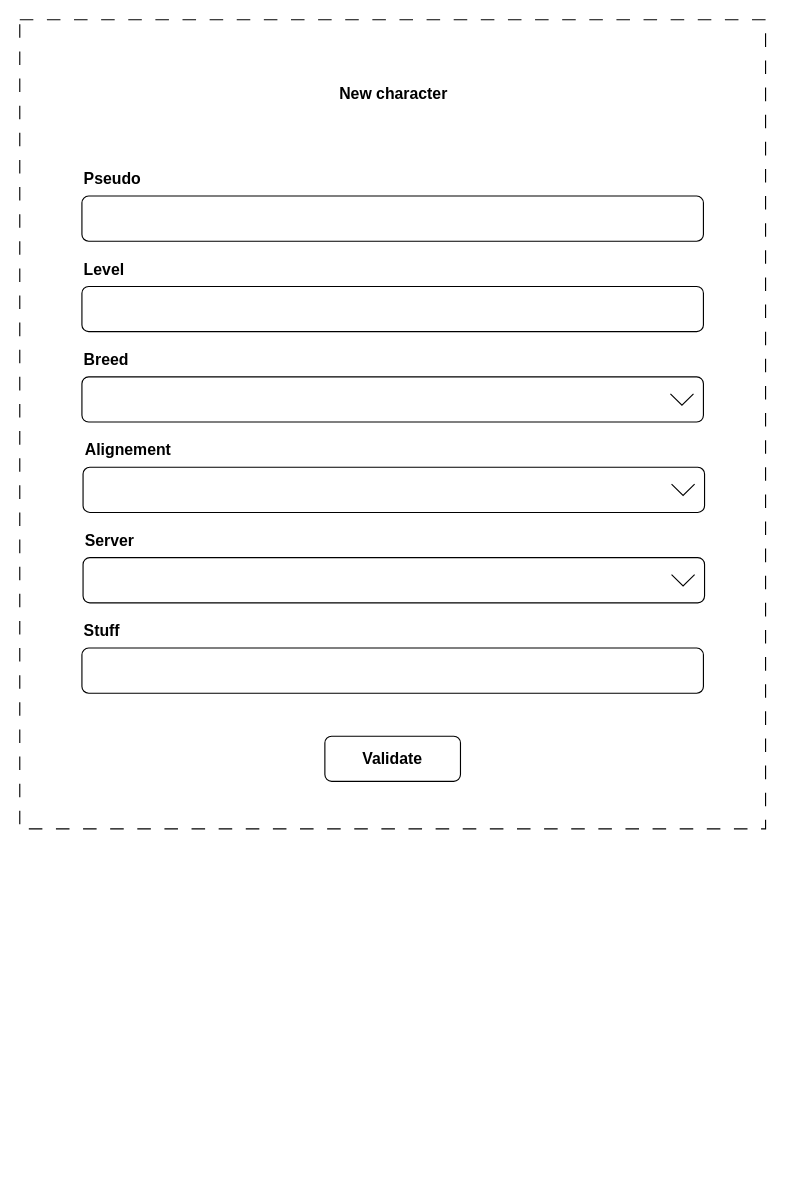
Before: page "Create character formular" (2 of 3) of docs/front/formulars-wireframe.drawio in AlexandreDejour/DofusGroup, a draw.io diagram. Source tidied: cells renumbered, new cells numbered last; positions are measured from the earlier drawing's top-left corner, leaving out a move shared by most shapes. Both pictures are drawn from the tidied source at 113%, with x=0, y=0 at pixel (19, 19).
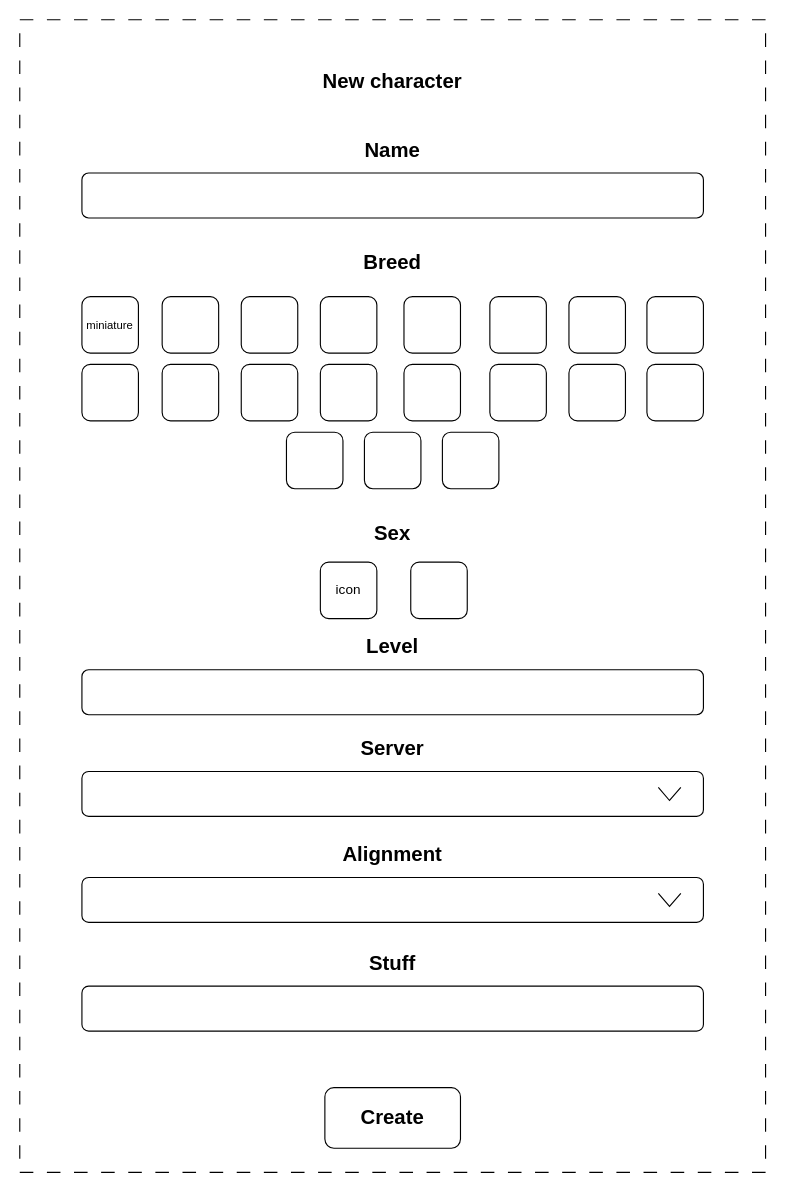
The same page after the edit.

Diff of the diagram source:
```diff
@@
     <mxCell id="2" style="group;strokeColor=none;" parent="1" vertex="1">
-      <mxGeometry width="660" height="716" as="geometry" />
+      <mxGeometry width="660" height="1020" as="geometry" />
     </mxCell>
     <mxCell id="3" style="rounded=0;whiteSpace=wrap;html=1;fillColor=none;strokeColor=default;dashed=1;dashPattern=12 12;" parent="2" vertex="1">
-      <mxGeometry width="660" height="716" as="geometry" />
+      <mxGeometry width="660" height="1020" as="geometry" />
     </mxCell>
-    <mxCell id="4" value="&lt;font style=&quot;font-size: 14px;&quot;&gt;&lt;b&gt;New character&lt;/b&gt;&lt;/font&gt;" style="rounded=1;whiteSpace=wrap;html=1;fillColor=none;strokeColor=none;" parent="2" vertex="1">
-      <mxGeometry x="76" y="36" width="510" height="60" as="geometry" />
+    <mxCell id="4" value="&lt;font style=&quot;font-size: 18px;&quot;&gt;&lt;b style=&quot;&quot;&gt;New character&lt;/b&gt;&lt;/font&gt;" style="rounded=1;whiteSpace=wrap;html=1;fillColor=none;strokeColor=none;" parent="2" vertex="1">
+      <mxGeometry x="75" y="15" width="510" height="80.4" as="geometry" />
     </mxCell>
+    <mxCell id="26" value="&lt;font style=&quot;font-size: 18px;&quot;&gt;&lt;b style=&quot;&quot;&gt;Create&lt;/b&gt;&lt;/font&gt;" style="rounded=1;whiteSpace=wrap;html=1;fillColor=none;" parent="2" vertex="1">
+      <mxGeometry x="270" y="945" width="120" height="53.6" as="geometry" />
+    </mxCell>
+    <mxCell id="27" style="edgeStyle=none;html=1;" parent="2" edge="1" source="7" target="4">
+      <mxGeometry relative="1" as="geometry" />
+    </mxCell>
+    <mxCell id="28" style="rounded=1;whiteSpace=wrap;html=1;fillColor=none;" parent="2" vertex="1">
+      <mxGeometry x="196" y="245" width="50" height="50" as="geometry" />
+    </mxCell>
+    <mxCell id="29" style="rounded=1;whiteSpace=wrap;html=1;fillColor=none;" parent="2" vertex="1">
+      <mxGeometry x="340" y="245" width="50" height="50" as="geometry" />
+    </mxCell>
+    <mxCell id="30" style="rounded=1;whiteSpace=wrap;html=1;fillColor=none;" parent="2" vertex="1">
+      <mxGeometry x="266" y="245" width="50" height="50" as="geometry" />
+    </mxCell>
+    <mxCell id="31" style="rounded=1;whiteSpace=wrap;html=1;fillColor=none;" parent="2" vertex="1">
+      <mxGeometry x="486" y="245" width="50" height="50" as="geometry" />
+    </mxCell>
+    <mxCell id="32" style="rounded=1;whiteSpace=wrap;html=1;fillColor=none;" parent="2" vertex="1">
+      <mxGeometry x="416" y="245" width="50" height="50" as="geometry" />
+    </mxCell>
+    <mxCell id="33" style="rounded=1;whiteSpace=wrap;html=1;fillColor=none;" parent="2" vertex="1">
+      <mxGeometry x="555" y="305" width="50" height="50" as="geometry" />
+    </mxCell>
+    <mxCell id="34" style="rounded=1;whiteSpace=wrap;html=1;fillColor=none;" parent="2" vertex="1">
+      <mxGeometry x="486" y="305" width="50" height="50" as="geometry" />
+    </mxCell>
+    <mxCell id="35" style="rounded=1;whiteSpace=wrap;html=1;fillColor=none;" parent="2" vertex="1">
+      <mxGeometry x="340" y="305" width="50" height="50" as="geometry" />
+    </mxCell>
+    <mxCell id="36" style="rounded=1;whiteSpace=wrap;html=1;fillColor=none;" parent="2" vertex="1">
+      <mxGeometry x="266" y="305" width="50" height="50" as="geometry" />
+    </mxCell>
+    <mxCell id="37" style="rounded=1;whiteSpace=wrap;html=1;fillColor=none;" parent="2" vertex="1">
+      <mxGeometry x="196" y="305" width="50" height="50" as="geometry" />
+    </mxCell>
+    <mxCell id="38" style="rounded=1;whiteSpace=wrap;html=1;fillColor=none;" parent="2" vertex="1">
+      <mxGeometry x="55" y="305" width="50" height="50" as="geometry" />
+    </mxCell>
+    <mxCell id="39" style="rounded=1;whiteSpace=wrap;html=1;fillColor=none;" parent="2" vertex="1">
+      <mxGeometry x="126" y="305" width="50" height="50" as="geometry" />
+    </mxCell>
+    <mxCell id="40" style="rounded=1;whiteSpace=wrap;html=1;fillColor=none;" parent="2" vertex="1">
+      <mxGeometry x="236" y="365" width="50" height="50" as="geometry" />
+    </mxCell>
+    <mxCell id="10" value="&lt;b style=&quot;&quot;&gt;&lt;font style=&quot;font-size: 18px;&quot;&gt;Breed&lt;/font&gt;&lt;/b&gt;" style="text;html=1;align=center;verticalAlign=middle;whiteSpace=wrap;rounded=0;" parent="2" vertex="1">
+      <mxGeometry x="286" y="195" width="88" height="40" as="geometry" />
+    </mxCell>
+    <mxCell id="41" style="rounded=1;whiteSpace=wrap;html=1;fillColor=none;" parent="2" vertex="1">
+      <mxGeometry x="555" y="245" width="50" height="50" as="geometry" />
+    </mxCell>
+    <mxCell id="42" value="&lt;font style=&quot;font-size: 10px;&quot;&gt;miniature&lt;/font&gt;" style="rounded=1;whiteSpace=wrap;html=1;fillColor=none;" parent="2" vertex="1">
+      <mxGeometry x="55" y="245" width="50" height="50" as="geometry" />
+    </mxCell>
+    <mxCell id="43" style="rounded=1;whiteSpace=wrap;html=1;fillColor=none;" parent="2" vertex="1">
+      <mxGeometry x="126" y="245" width="50" height="50" as="geometry" />
+    </mxCell>
+    <mxCell id="44" style="rounded=1;whiteSpace=wrap;html=1;fillColor=none;" parent="2" vertex="1">
+      <mxGeometry x="416" y="305" width="50" height="50" as="geometry" />
+    </mxCell>
+    <mxCell id="45" style="rounded=1;whiteSpace=wrap;html=1;fillColor=none;" parent="2" vertex="1">
+      <mxGeometry x="305" y="365" width="50" height="50" as="geometry" />
+    </mxCell>
+    <mxCell id="46" style="rounded=1;whiteSpace=wrap;html=1;fillColor=none;" parent="2" vertex="1">
+      <mxGeometry x="374" y="365" width="50" height="50" as="geometry" />
+    </mxCell>
+    <mxCell id="47" value="&lt;span style=&quot;font-size: 18px;&quot;&gt;&lt;b&gt;Sex&lt;/b&gt;&lt;/span&gt;" style="text;html=1;align=center;verticalAlign=middle;whiteSpace=wrap;rounded=0;" parent="2" vertex="1">
+      <mxGeometry x="286" y="435" width="88" height="40" as="geometry" />
+    </mxCell>
+    <mxCell id="48" value="icon" style="rounded=1;whiteSpace=wrap;html=1;fillColor=none;" parent="2" vertex="1">
+      <mxGeometry x="266" y="480" width="50" height="50" as="geometry" />
+    </mxCell>
+    <mxCell id="49" style="rounded=1;whiteSpace=wrap;html=1;fillColor=none;" parent="2" vertex="1">
+      <mxGeometry x="346" y="480" width="50" height="50" as="geometry" />
+    </mxCell>
+    <mxCell id="50" style="group;" parent="2" vertex="1">
+      <mxGeometry x="55" y="95.4" width="550" height="93.9" as="geometry" />
+    </mxCell>
-    <mxCell id="5" style="group;" parent="2" vertex="1">
-      <mxGeometry x="55" y="126" width="550" height="70" as="geometry" />
+    <mxCell id="5" style="group;" parent="50" vertex="1">
+      <mxGeometry width="550" height="93.9" as="geometry" />
     </mxCell>
     <mxCell id="6" style="rounded=1;whiteSpace=wrap;html=1;fillColor=none;" parent="5" vertex="1">
-      <mxGeometry y="30" width="550" height="40" as="geometry" />
+      <mxGeometry y="40.2" width="550" height="39.8" as="geometry" />
     </mxCell>
-    <mxCell id="7" value="&lt;span style=&quot;font-size: 14px;&quot;&gt;&lt;b&gt;Pseudo&lt;/b&gt;&lt;/span&gt;" style="text;html=1;align=left;verticalAlign=middle;whiteSpace=wrap;rounded=0;" parent="5" vertex="1">
-      <mxGeometry width="88" height="30" as="geometry" />
+    <mxCell id="7" value="&lt;b style=&quot;&quot;&gt;&lt;font style=&quot;font-size: 18px;&quot;&gt;Name&lt;/font&gt;&lt;/b&gt;" style="text;html=1;align=center;verticalAlign=middle;whiteSpace=wrap;rounded=0;" parent="50" vertex="1">
+      <mxGeometry x="231" width="88" height="40.2" as="geometry" />
     </mxCell>
-    <mxCell id="8" style="group;" parent="2" vertex="1">
-      <mxGeometry x="55" y="286" width="550" height="70" as="geometry" />
-    </mxCell>
-    <mxCell id="9" style="rounded=1;whiteSpace=wrap;html=1;fillColor=none;" parent="8" vertex="1">
-      <mxGeometry y="30" width="550" height="40" as="geometry" />
-    </mxCell>
-    <mxCell id="10" value="&lt;span style=&quot;font-size: 14px;&quot;&gt;&lt;b&gt;Breed&lt;/b&gt;&lt;/span&gt;" style="text;html=1;align=left;verticalAlign=middle;whiteSpace=wrap;rounded=0;" parent="8" vertex="1">
-      <mxGeometry width="88" height="30" as="geometry" />
-    </mxCell>
-    <mxCell id="11" style="endArrow=none;html=1;entryX=0.984;entryY=0.5;entryDx=0;entryDy=0;entryPerimeter=0;exitX=0.947;exitY=0.5;exitDx=0;exitDy=0;exitPerimeter=0;rounded=0;curved=0;" parent="8" edge="1">
-      <mxGeometry relative="1" as="geometry">
-        <mxPoint x="520.8" y="45" as="sourcePoint" />
-        <mxPoint x="541.2" y="45" as="targetPoint" />
-        <Array as="points">
-          <mxPoint x="531" y="55" />
-        </Array>
-      </mxGeometry>
-    </mxCell>
-    <mxCell id="12" style="group;" parent="2" vertex="1">
-      <mxGeometry x="56" y="366" width="550" height="70" as="geometry" />
-    </mxCell>
-    <mxCell id="13" style="rounded=1;whiteSpace=wrap;html=1;fillColor=none;" parent="12" vertex="1">
-      <mxGeometry y="30" width="550" height="40" as="geometry" />
-    </mxCell>
-    <mxCell id="14" value="&lt;span style=&quot;font-size: 14px;&quot;&gt;&lt;b&gt;Alignement&lt;/b&gt;&lt;/span&gt;" style="text;html=1;align=left;verticalAlign=middle;whiteSpace=wrap;rounded=0;" parent="12" vertex="1">
-      <mxGeometry width="88" height="30" as="geometry" />
-    </mxCell>
-    <mxCell id="15" style="endArrow=none;html=1;entryX=0.984;entryY=0.5;entryDx=0;entryDy=0;entryPerimeter=0;exitX=0.947;exitY=0.5;exitDx=0;exitDy=0;exitPerimeter=0;rounded=0;curved=0;" parent="12" edge="1">
-      <mxGeometry relative="1" as="geometry">
-        <mxPoint x="520.8" y="45" as="sourcePoint" />
-        <mxPoint x="541.2" y="45" as="targetPoint" />
-        <Array as="points">
-          <mxPoint x="531" y="55" />
-        </Array>
-      </mxGeometry>
-    </mxCell>
-    <mxCell id="16" style="group;" parent="2" vertex="1">
-      <mxGeometry x="56" y="446" width="550" height="70" as="geometry" />
-    </mxCell>
-    <mxCell id="17" style="rounded=1;whiteSpace=wrap;html=1;fillColor=none;" parent="16" vertex="1">
-      <mxGeometry y="30" width="550" height="40" as="geometry" />
-    </mxCell>
+    <mxCell id="51" style="group;" parent="2" vertex="1">
+      <mxGeometry x="55" y="535" width="550" height="93.9" as="geometry" />
+    </mxCell>
+    <mxCell id="52" style="group;" parent="51" vertex="1">
+      <mxGeometry width="550" height="93.9" as="geometry" />
+    </mxCell>
+    <mxCell id="53" style="rounded=1;whiteSpace=wrap;html=1;fillColor=none;" parent="52" vertex="1">
+      <mxGeometry y="40.2" width="550" height="39.8" as="geometry" />
+    </mxCell>
+    <mxCell id="22" value="&lt;b style=&quot;&quot;&gt;&lt;font style=&quot;font-size: 18px;&quot;&gt;Level&lt;/font&gt;&lt;/b&gt;" style="text;html=1;align=center;verticalAlign=middle;whiteSpace=wrap;rounded=0;" parent="51" vertex="1">
+      <mxGeometry x="231" width="88" height="40.2" as="geometry" />
+    </mxCell>
+    <mxCell id="54" style="group;" parent="2" vertex="1">
+      <mxGeometry x="55" y="625" width="550" height="93.9" as="geometry" />
+    </mxCell>
+    <mxCell id="55" style="group;" parent="54" vertex="1">
+      <mxGeometry width="550" height="93.9" as="geometry" />
+    </mxCell>
+    <mxCell id="56" style="rounded=1;whiteSpace=wrap;html=1;fillColor=none;" parent="55" vertex="1">
+      <mxGeometry y="40.2" width="550" height="39.8" as="geometry" />
+    </mxCell>
+    <mxCell id="57" style="endArrow=none;html=1;entryX=0.984;entryY=0.5;entryDx=0;entryDy=0;entryPerimeter=0;exitX=0.947;exitY=0.5;exitDx=0;exitDy=0;exitPerimeter=0;rounded=0;curved=0;" parent="55" edge="1">
+      <mxGeometry relative="1" as="geometry">
+        <mxPoint x="510.1" y="54.3" as="sourcePoint" />
+        <mxPoint x="530" y="54.3" as="targetPoint" />
+        <Array as="points">
+          <mxPoint x="520" y="65.9" />
+        </Array>
+      </mxGeometry>
+    </mxCell>
-    <mxCell id="18" value="&lt;span style=&quot;font-size: 14px;&quot;&gt;&lt;b&gt;Server&lt;/b&gt;&lt;/span&gt;" style="text;html=1;align=left;verticalAlign=middle;whiteSpace=wrap;rounded=0;" parent="16" vertex="1">
-      <mxGeometry width="88" height="30" as="geometry" />
+    <mxCell id="18" value="&lt;b style=&quot;&quot;&gt;&lt;font style=&quot;font-size: 18px;&quot;&gt;Server&lt;/font&gt;&lt;/b&gt;" style="text;html=1;align=center;verticalAlign=middle;whiteSpace=wrap;rounded=0;" parent="54" vertex="1">
+      <mxGeometry x="231" width="88" height="40.2" as="geometry" />
     </mxCell>
-    <mxCell id="19" style="endArrow=none;html=1;entryX=0.984;entryY=0.5;entryDx=0;entryDy=0;entryPerimeter=0;exitX=0.947;exitY=0.5;exitDx=0;exitDy=0;exitPerimeter=0;rounded=0;curved=0;" parent="16" edge="1">
-      <mxGeometry relative="1" as="geometry">
-        <mxPoint x="520.8" y="45" as="sourcePoint" />
-        <mxPoint x="541.2" y="45" as="targetPoint" />
-        <Array as="points">
-          <mxPoint x="531" y="55" />
-        </Array>
-      </mxGeometry>
-    </mxCell>
-    <mxCell id="20" style="group;" parent="2" vertex="1">
-      <mxGeometry x="55" y="206" width="550" height="70" as="geometry" />
-    </mxCell>
-    <mxCell id="21" style="rounded=1;whiteSpace=wrap;html=1;fillColor=none;" parent="20" vertex="1">
-      <mxGeometry y="30" width="550" height="40" as="geometry" />
-    </mxCell>
-    <mxCell id="22" value="&lt;span style=&quot;font-size: 14px;&quot;&gt;&lt;b&gt;Level&lt;/b&gt;&lt;/span&gt;" style="text;html=1;align=left;verticalAlign=middle;whiteSpace=wrap;rounded=0;" parent="20" vertex="1">
-      <mxGeometry width="88" height="30" as="geometry" />
-    </mxCell>
-    <mxCell id="23" style="group;" parent="2" vertex="1">
-      <mxGeometry x="55" y="526" width="550" height="70" as="geometry" />
-    </mxCell>
-    <mxCell id="24" style="rounded=1;whiteSpace=wrap;html=1;fillColor=none;" parent="23" vertex="1">
-      <mxGeometry y="30" width="550" height="40" as="geometry" />
-    </mxCell>
+    <mxCell id="58" style="group;" parent="2" vertex="1">
+      <mxGeometry x="55" y="718.8" width="550" height="93.9" as="geometry" />
+    </mxCell>
+    <mxCell id="59" style="group;" parent="58" vertex="1">
+      <mxGeometry width="550" height="93.9" as="geometry" />
+    </mxCell>
+    <mxCell id="60" style="rounded=1;whiteSpace=wrap;html=1;fillColor=none;" parent="59" vertex="1">
+      <mxGeometry y="40.2" width="550" height="39.8" as="geometry" />
+    </mxCell>
+    <mxCell id="61" style="endArrow=none;html=1;entryX=0.984;entryY=0.5;entryDx=0;entryDy=0;entryPerimeter=0;exitX=0.947;exitY=0.5;exitDx=0;exitDy=0;exitPerimeter=0;rounded=0;curved=0;" parent="59" edge="1">
+      <mxGeometry relative="1" as="geometry">
+        <mxPoint x="510.1" y="54.3" as="sourcePoint" />
+        <mxPoint x="530" y="54.3" as="targetPoint" />
+        <Array as="points">
+          <mxPoint x="520" y="65.9" />
+        </Array>
+      </mxGeometry>
+    </mxCell>
+    <mxCell id="62" value="&lt;b style=&quot;&quot;&gt;&lt;font style=&quot;font-size: 18px;&quot;&gt;Alignment&lt;/font&gt;&lt;/b&gt;" style="text;html=1;align=center;verticalAlign=middle;whiteSpace=wrap;rounded=0;" parent="58" vertex="1">
+      <mxGeometry x="231" width="88" height="40.2" as="geometry" />
+    </mxCell>
+    <mxCell id="63" style="group;" parent="2" vertex="1">
+      <mxGeometry x="55" y="815" width="550" height="93.9" as="geometry" />
+    </mxCell>
+    <mxCell id="64" style="group;" parent="63" vertex="1">
+      <mxGeometry width="550" height="93.9" as="geometry" />
+    </mxCell>
+    <mxCell id="65" style="rounded=1;whiteSpace=wrap;html=1;fillColor=none;" parent="64" vertex="1">
+      <mxGeometry y="40.2" width="550" height="39.8" as="geometry" />
+    </mxCell>
-    <mxCell id="25" value="&lt;span style=&quot;font-size: 14px;&quot;&gt;&lt;b&gt;Stuff&lt;/b&gt;&lt;/span&gt;" style="text;html=1;align=left;verticalAlign=middle;whiteSpace=wrap;rounded=0;" parent="23" vertex="1">
-      <mxGeometry width="88" height="30" as="geometry" />
+    <mxCell id="25" value="&lt;b style=&quot;&quot;&gt;&lt;font style=&quot;font-size: 18px;&quot;&gt;Stuff&lt;/font&gt;&lt;/b&gt;" style="text;html=1;align=center;verticalAlign=middle;whiteSpace=wrap;rounded=0;" parent="63" vertex="1">
+      <mxGeometry x="231" width="88" height="40.2" as="geometry" />
     </mxCell>
-    <mxCell id="26" value="&lt;font style=&quot;font-size: 14px;&quot;&gt;&lt;b&gt;Validate&lt;/b&gt;&lt;/font&gt;" style="rounded=1;whiteSpace=wrap;html=1;fillColor=none;" parent="2" vertex="1">
-      <mxGeometry x="270" y="634" width="120" height="40" as="geometry" />
-    </mxCell>
```
